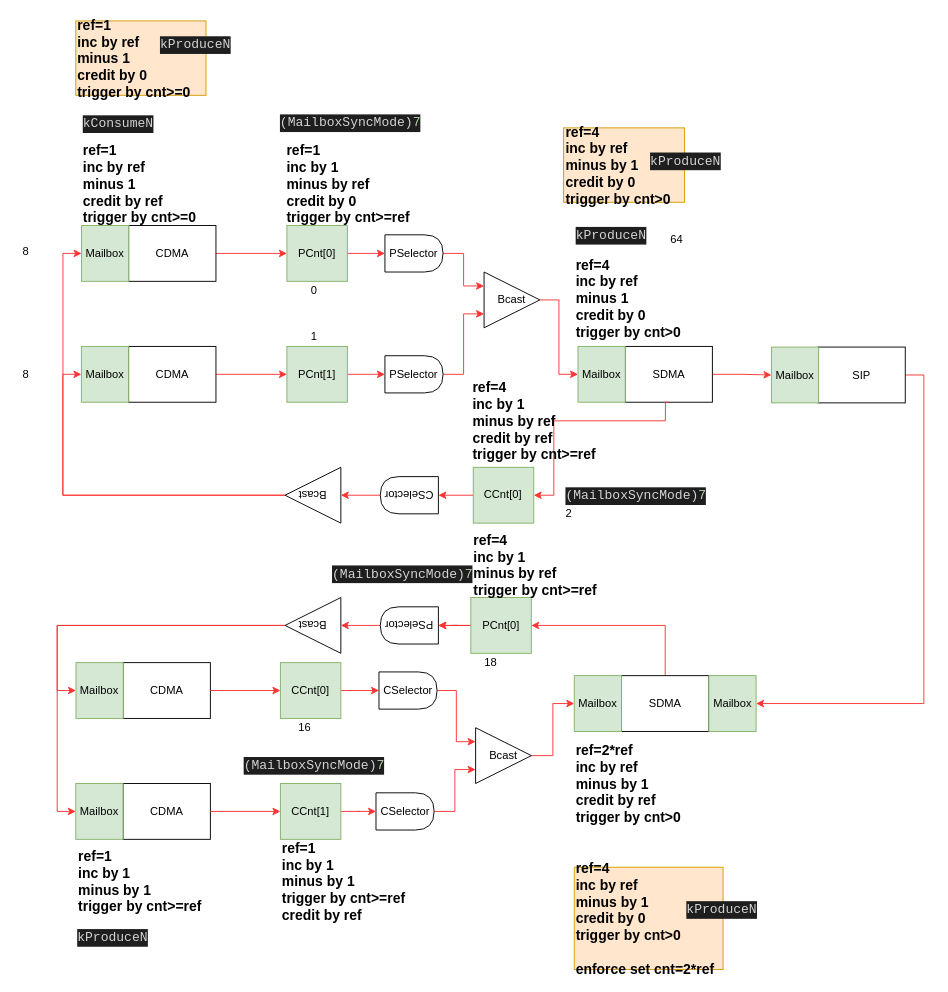
Before: page "N<->1" (1 of 8) of csync_conn.drawio in huntershuai/file_sync, a draw.io diagram. Source tidied: cells renumbered, new cells numbered last; positions are measured from the earlier drawing's top-left corner, leaving out a move shared by most shapes. Both pictures are drawn from the tidied source at 93%, with x=0, y=0 at pixel (16, 20).
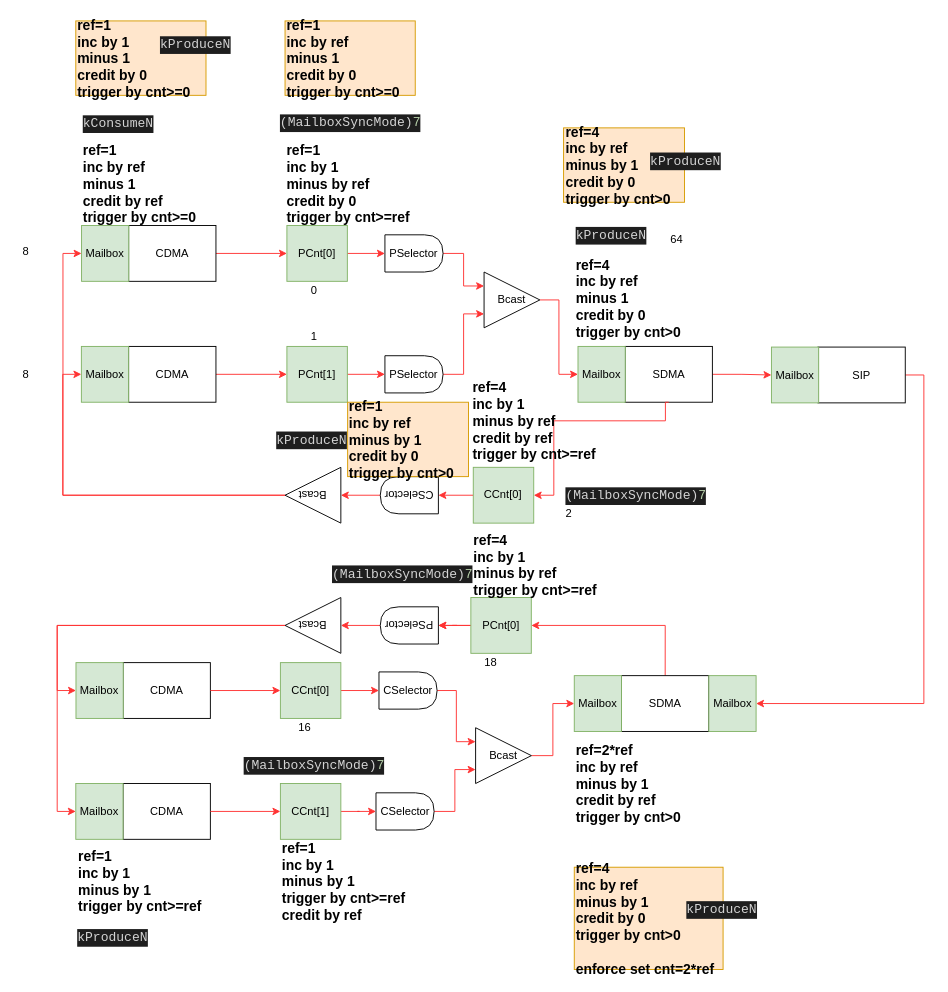
After the change.

Diff of the diagram source:
```diff
@@
-    <mxCell id="91" value="&lt;font style=&quot;font-size: 15px&quot;&gt;&lt;b&gt;ref=1&lt;br&gt;inc by ref&lt;br&gt;minus 1&lt;br&gt;credit by 0&lt;br&gt;trigger by cnt&amp;gt;=0&lt;/b&gt;&lt;/font&gt;" style="text;html=1;align=left;verticalAlign=middle;fillColor=#ffe6cc;strokeColor=#d79b00;" parent="1" vertex="1">
+    <mxCell id="91" value="&lt;font style=&quot;font-size: 15px&quot;&gt;&lt;b&gt;ref=1&lt;br&gt;inc by 1&lt;br&gt;minus 1&lt;br&gt;credit by 0&lt;br&gt;trigger by cnt&amp;gt;=0&lt;/b&gt;&lt;/font&gt;" style="text;html=1;align=left;verticalAlign=middle;fillColor=#ffe6cc;strokeColor=#d79b00;" parent="1" vertex="1">
       <mxGeometry x="64" width="140" height="80" as="geometry" />
     </mxCell>
@@
+    <mxCell id="98" value="&lt;font style=&quot;font-size: 15px&quot;&gt;&lt;b&gt;ref=1&lt;br&gt;inc by ref&lt;br&gt;minus by 1&lt;br&gt;credit by 0&lt;br&gt;trigger by cnt&amp;gt;0&lt;br&gt;&lt;/b&gt;&lt;/font&gt;" style="text;html=1;align=left;verticalAlign=middle;fillColor=#ffe6cc;strokeColor=#d79b00;" parent="1" vertex="1">
+      <mxGeometry x="356.3" y="410" width="130" height="80" as="geometry" />
+    </mxCell>
+    <mxCell id="99" value="&lt;div style=&quot;color: rgb(212, 212, 212); background-color: rgb(30, 30, 30); font-family: consolas, &amp;quot;courier new&amp;quot;, monospace; font-weight: normal; font-size: 14px; line-height: 19px;&quot;&gt;&lt;div&gt;&lt;span style=&quot;color: #d4d4d4&quot;&gt;kProduceN&lt;/span&gt;&lt;/div&gt;&lt;/div&gt;" style="text;whiteSpace=wrap;html=1;" parent="1" vertex="1">
+      <mxGeometry x="278" y="435" width="90" height="30" as="geometry" />
+    </mxCell>
+    <mxCell id="100" value="&lt;font style=&quot;font-size: 15px&quot;&gt;&lt;b&gt;ref=1&lt;br&gt;inc by ref&lt;br&gt;minus 1&lt;br&gt;credit by 0&lt;br&gt;trigger by cnt&amp;gt;=0&lt;/b&gt;&lt;/font&gt;" style="text;html=1;align=left;verticalAlign=middle;fillColor=#ffe6cc;strokeColor=#d79b00;" parent="1" vertex="1">
+      <mxGeometry x="289" width="140" height="80" as="geometry" />
+    </mxCell>
```
